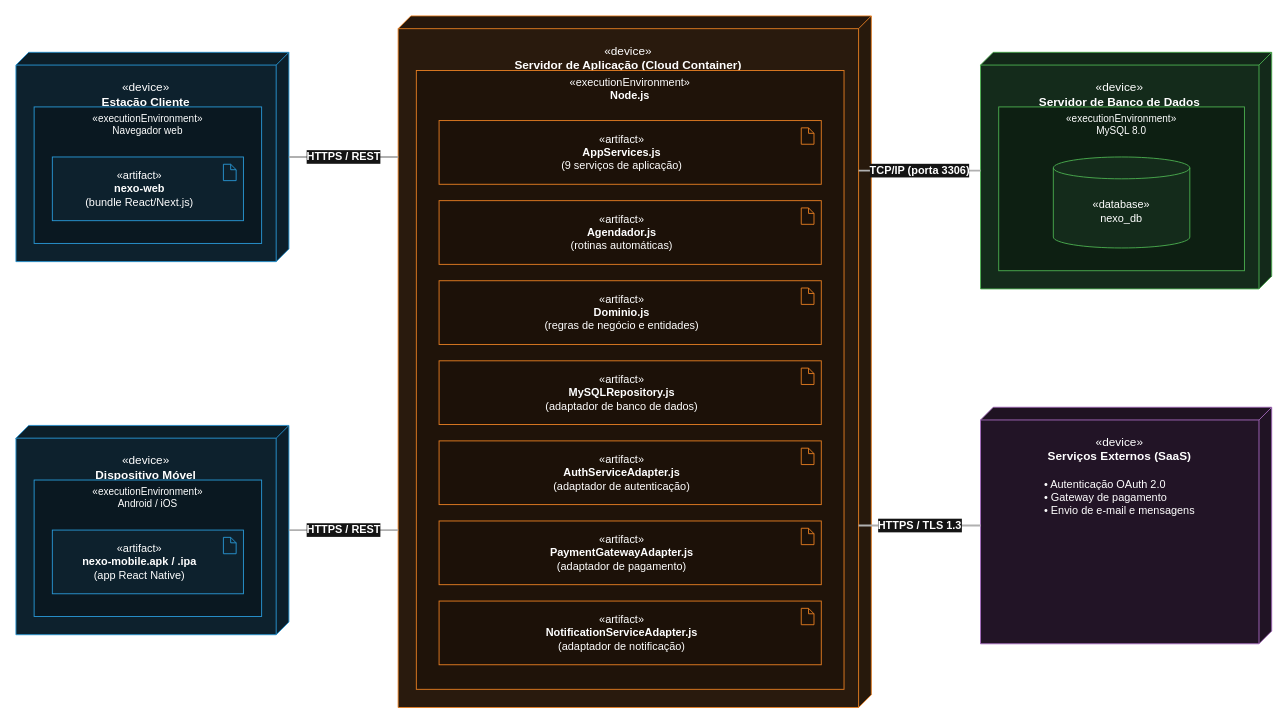
The draw.io diagram page "Diagrama de implantação" (4 of 5) of diagramas/arquitetura/diagramas-arquitetura.drawio in devcaline/nexo-modelagem, before the edit. Source tidied: cells renumbered, new cells numbered last; positions are measured from the earlier drawing's top-left corner, leaving out a move shared by most shapes. Both pictures are drawn from the tidied source at 91%, with x=0, y=0 at pixel (15, 15).
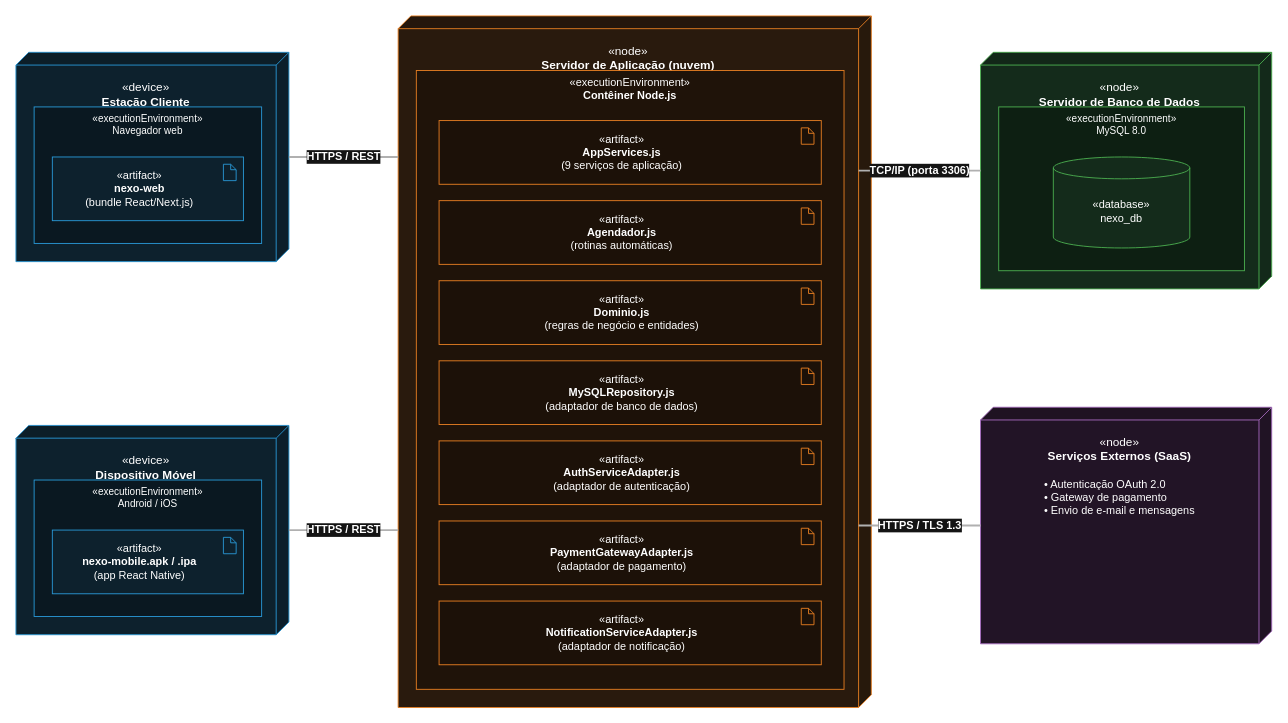
Above is the later version.

Diff of the diagram source:
```diff
@@
-    <mxCell id="10" value="&amp;laquo;device&amp;raquo;&lt;br/&gt;&lt;b&gt;Servidor de Aplicação (Cloud Container)&lt;/b&gt;" style="shape=cube;size=14;direction=south;html=1;whiteSpace=wrap;verticalAlign=top;align=center;spacingTop=10;boundedLbl=1;backgroundOutline=1;darkOpacity=0.05;darkOpacity2=0.1;fillColor=#291a0d;strokeColor=#e67e22;fontColor=#ffffff;fontSize=13;" parent="1" vertex="1">
+    <mxCell id="10" value="&amp;laquo;node&amp;raquo;&lt;br/&gt;&lt;b&gt;Servidor de Aplicação (nuvem)&lt;/b&gt;" style="shape=cube;size=14;direction=south;html=1;whiteSpace=wrap;verticalAlign=top;align=center;spacingTop=10;boundedLbl=1;backgroundOutline=1;darkOpacity=0.05;darkOpacity2=0.1;fillColor=#291a0d;strokeColor=#e67e22;fontColor=#ffffff;fontSize=13;" parent="1" vertex="1">
       <mxGeometry x="420" width="520" height="760" as="geometry" />
     </mxCell>
-    <mxCell id="11" value="&amp;laquo;executionEnvironment&amp;raquo;&lt;br/&gt;&lt;b&gt;Node.js&lt;/b&gt;" style="rounded=0;html=1;whiteSpace=wrap;verticalAlign=top;fillColor=#1f1309;strokeColor=#e67e22;fontColor=#ffffff;fontSize=12;" parent="1" vertex="1">
+    <mxCell id="11" value="&amp;laquo;executionEnvironment&amp;raquo;&lt;br/&gt;&lt;b&gt;Contêiner Node.js&lt;/b&gt;" style="rounded=0;html=1;whiteSpace=wrap;verticalAlign=top;fillColor=#1f1309;strokeColor=#e67e22;fontColor=#ffffff;fontSize=12;" parent="1" vertex="1">
       <mxGeometry x="440" y="60" width="470" height="680" as="geometry" />
     </mxCell>
@@
-    <mxCell id="26" value="&amp;laquo;device&amp;raquo;&lt;br/&gt;&lt;b&gt;Servidor de Banco de Dados&lt;/b&gt;" style="shape=cube;size=14;direction=south;html=1;whiteSpace=wrap;verticalAlign=top;align=center;spacingTop=10;boundedLbl=1;backgroundOutline=1;darkOpacity=0.05;darkOpacity2=0.1;fillColor=#142b1b;strokeColor=#4caf50;fontColor=#ffffff;fontSize=13;" parent="1" vertex="1">
+    <mxCell id="26" value="&amp;laquo;node&amp;raquo;&lt;br/&gt;&lt;b&gt;Servidor de Banco de Dados&lt;/b&gt;" style="shape=cube;size=14;direction=south;html=1;whiteSpace=wrap;verticalAlign=top;align=center;spacingTop=10;boundedLbl=1;backgroundOutline=1;darkOpacity=0.05;darkOpacity2=0.1;fillColor=#142b1b;strokeColor=#4caf50;fontColor=#ffffff;fontSize=13;" parent="1" vertex="1">
       <mxGeometry x="1060" y="40" width="320" height="260" as="geometry" />
     </mxCell>
@@
-    <mxCell id="29" value="&amp;laquo;device&amp;raquo;&lt;br/&gt;&lt;b&gt;Serviços Externos (SaaS)&lt;/b&gt;&lt;br/&gt;&lt;br/&gt;&lt;div style=&quot;text-align:left;font-size:12px;&quot;&gt;&amp;bull; Autenticação OAuth 2.0&lt;br/&gt;&amp;bull; Gateway de pagamento&lt;br/&gt;&amp;bull; Envio de e-mail e mensagens&lt;/div&gt;" style="shape=cube;size=14;direction=south;html=1;whiteSpace=wrap;verticalAlign=top;align=center;spacingTop=10;boundedLbl=1;backgroundOutline=1;darkOpacity=0.05;darkOpacity2=0.1;fillColor=#221426;strokeColor=#a569bd;fontColor=#ffffff;fontSize=13;" parent="1" vertex="1">
+    <mxCell id="29" value="&amp;laquo;node&amp;raquo;&lt;br/&gt;&lt;b&gt;Serviços Externos (SaaS)&lt;/b&gt;&lt;br/&gt;&lt;br/&gt;&lt;div style=&quot;text-align:left;font-size:12px;&quot;&gt;&amp;bull; Autenticação OAuth 2.0&lt;br/&gt;&amp;bull; Gateway de pagamento&lt;br/&gt;&amp;bull; Envio de e-mail e mensagens&lt;/div&gt;" style="shape=cube;size=14;direction=south;html=1;whiteSpace=wrap;verticalAlign=top;align=center;spacingTop=10;boundedLbl=1;backgroundOutline=1;darkOpacity=0.05;darkOpacity2=0.1;fillColor=#221426;strokeColor=#a569bd;fontColor=#ffffff;fontSize=13;" parent="1" vertex="1">
       <mxGeometry x="1060" y="430" width="320" height="260" as="geometry" />
     </mxCell>
```
